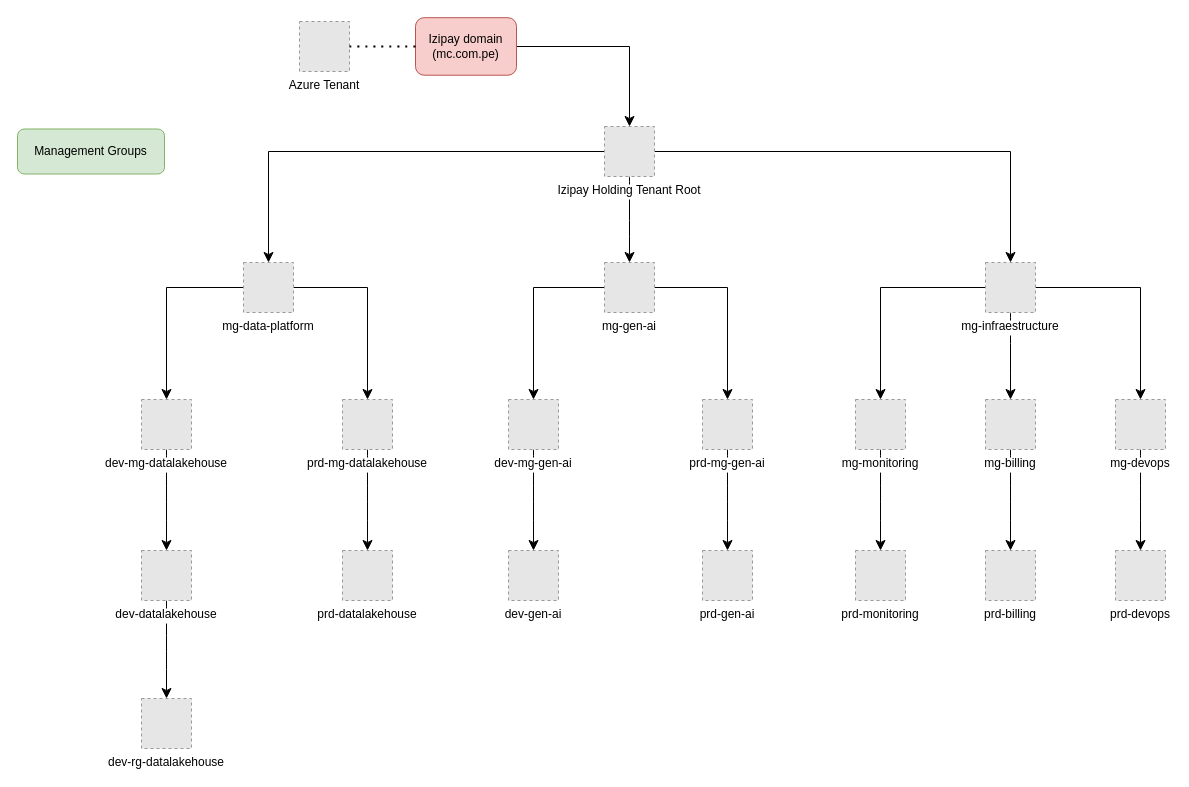
The draw.io diagram page "Página-1" (1 of 2) of Arquitectura Azure.drawio in jcdiazz/Diagramas, before the edit. Source tidied: cells renumbered, new cells numbered last; positions are measured from the earlier drawing's top-left corner, leaving out a move shared by most shapes. Both pictures are drawn from the tidied source at 100%, with x=0, y=0 at pixel (17, 17). Pictures stored in the file or linked from it are replaced by grey dashed boxes.
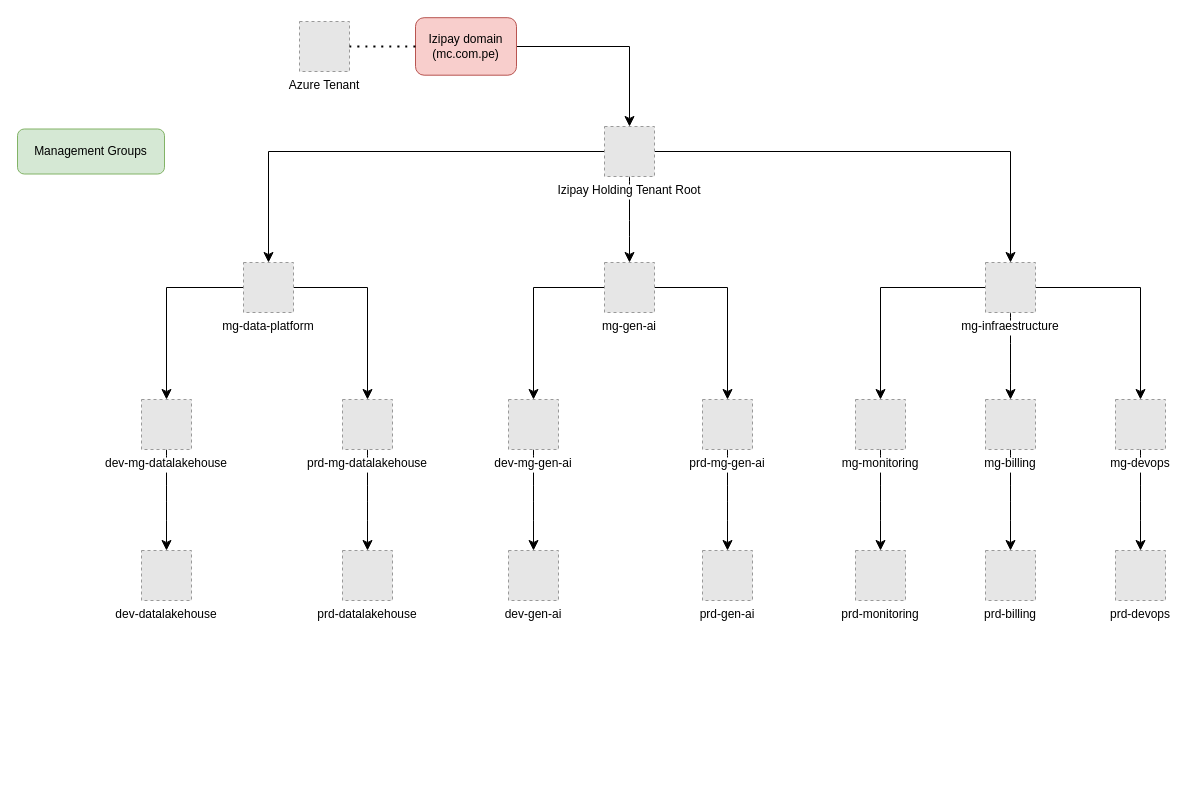
The same diagram, later.

Unchanged cells that the change refers to:
```xml
<mxCell id="35" value="dev-datalakehouse" style="fillColor=#E6E6E6;strokeColor=#999999;dashed=1;verticalLabelPosition=bottom;labelBackgroundColor=default;verticalAlign=top;rotation=0;" parent="1" vertex="1">
  <mxGeometry x="124" y="533" width="50" height="50" as="geometry" />
</mxCell>
```

Diff of the diagram source:
```diff
@@
-    <mxCell id="34" style="edgeStyle=none;curved=1;rounded=0;jettySize=auto;html=1;entryX=0.5;entryY=0;entryDx=0;entryDy=0;fontSize=12;startSize=8;endSize=8;" parent="1" edge="1" source="35" target="43">
-      <mxGeometry relative="1" as="geometry" />
-    </mxCell>
@@
-    <mxCell id="43" value="dev-rg-datalakehouse" style="fillColor=#E6E6E6;strokeColor=#999999;dashed=1;verticalLabelPosition=bottom;labelBackgroundColor=default;verticalAlign=top;rotation=0;" parent="1" vertex="1">
-      <mxGeometry x="124" y="681" width="50" height="50" as="geometry" />
-    </mxCell>
```
